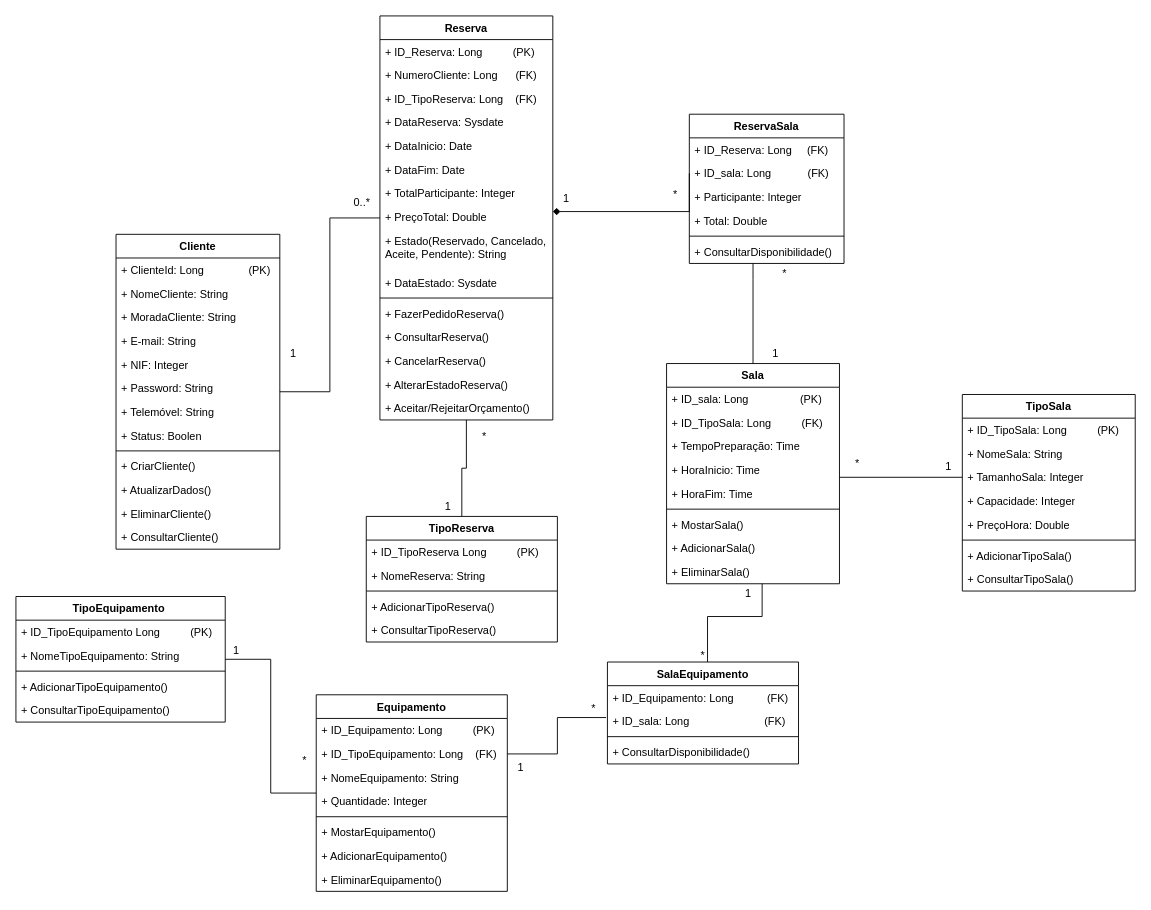
Before: Diagrama de Classes.drawio in ic3K1ng/Rooms-Equipments, a draw.io diagram. Source tidied: cells renumbered, new cells numbered last; positions are measured from the earlier drawing's top-left corner, leaving out a move shared by most shapes. Both pictures are drawn from the tidied source at 91%, with x=0, y=0 at pixel (15, 15).
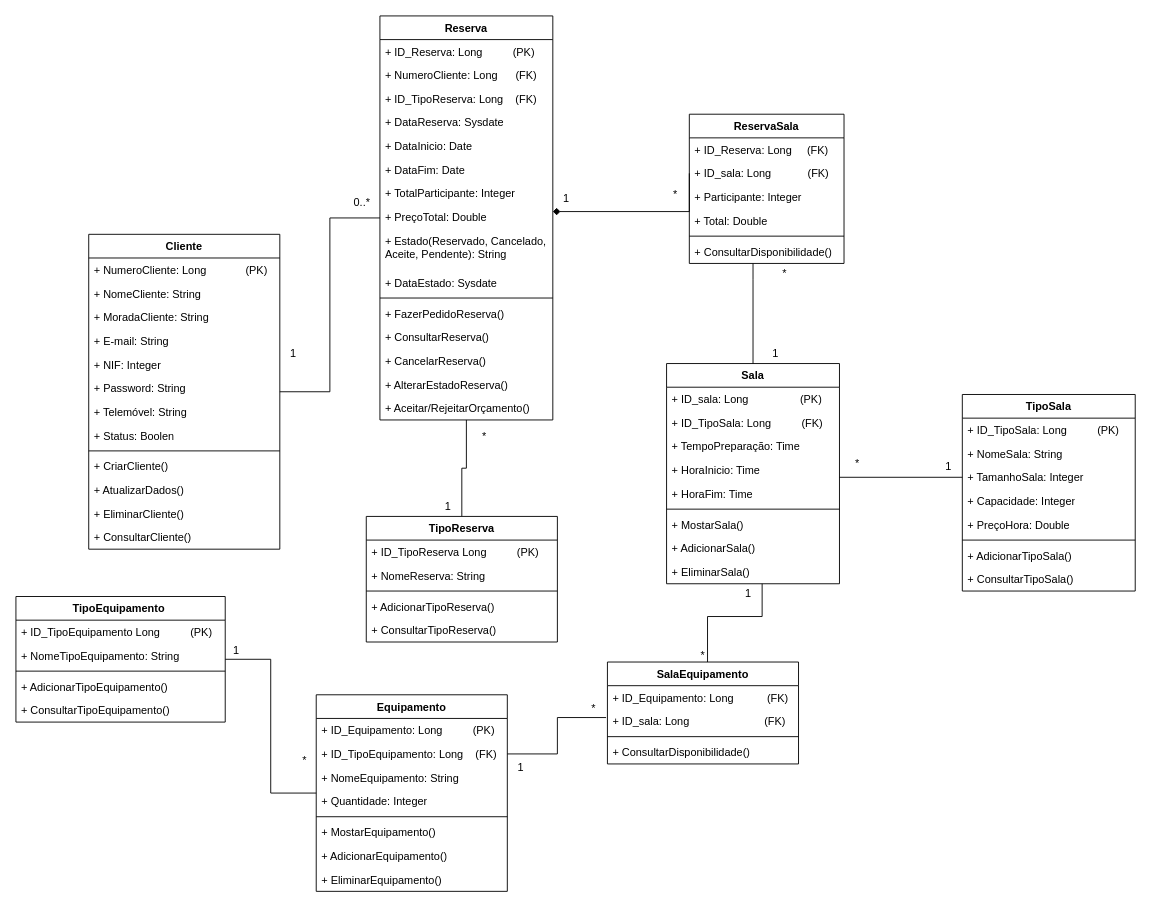
The same diagram, later.

Commit message:
Add client number

The edit, as a diff of the source:
```diff
@@
     <mxCell id="3" value="Cliente" style="swimlane;fontStyle=1;align=center;verticalAlign=top;horizontal=1;startSize=26;whiteSpace=wrap;html=1;" parent="1" vertex="1">
-      <mxGeometry x="110" y="240" width="180" height="346" as="geometry" />
+      <mxGeometry x="80" y="240" width="210" height="346" as="geometry" />
     </mxCell>
-    <mxCell id="4" value="+ ClienteId: Long&lt;span style=&quot;white-space: pre;&quot;&gt;&#9;&lt;/span&gt;&amp;nbsp; &amp;nbsp; &amp;nbsp; &amp;nbsp;&amp;nbsp; &amp;nbsp;(PK)" style="text;strokeColor=none;fillColor=none;align=left;verticalAlign=top;spacingLeft=4;spacingRight=4;overflow=hidden;whiteSpace=wrap;html=1;" parent="3" vertex="1">
-      <mxGeometry y="26" width="180" height="26" as="geometry" />
+    <mxCell id="4" value="+ NumeroCliente: Long&lt;span style=&quot;white-space: pre;&quot;&gt;&#9;&lt;/span&gt;&amp;nbsp; &amp;nbsp; &amp;nbsp; &amp;nbsp;&amp;nbsp; &amp;nbsp;(PK)" style="text;strokeColor=none;fillColor=none;align=left;verticalAlign=top;spacingLeft=4;spacingRight=4;overflow=hidden;whiteSpace=wrap;html=1;" parent="3" vertex="1">
+      <mxGeometry y="26" width="210" height="26" as="geometry" />
     </mxCell>
     <mxCell id="5" value="+ NomeCliente: String" style="text;strokeColor=none;fillColor=none;align=left;verticalAlign=top;spacingLeft=4;spacingRight=4;overflow=hidden;whiteSpace=wrap;html=1;" parent="3" vertex="1">
-      <mxGeometry y="52" width="180" height="26" as="geometry" />
+      <mxGeometry y="52" width="210" height="26" as="geometry" />
     </mxCell>
     <mxCell id="6" value="+ MoradaCliente: String" style="text;strokeColor=none;fillColor=none;align=left;verticalAlign=top;spacingLeft=4;spacingRight=4;overflow=hidden;whiteSpace=wrap;html=1;" parent="3" vertex="1">
-      <mxGeometry y="78" width="180" height="26" as="geometry" />
+      <mxGeometry y="78" width="210" height="26" as="geometry" />
     </mxCell>
     <mxCell id="7" value="+ E-mail: String&lt;div&gt;&lt;br&gt;&lt;/div&gt;&lt;div&gt;&lt;br&gt;&lt;/div&gt;" style="text;strokeColor=none;fillColor=none;align=left;verticalAlign=top;spacingLeft=4;spacingRight=4;overflow=hidden;whiteSpace=wrap;html=1;" parent="3" vertex="1">
-      <mxGeometry y="104" width="180" height="26" as="geometry" />
+      <mxGeometry y="104" width="210" height="26" as="geometry" />
     </mxCell>
     <mxCell id="8" value="+ NIF: Integer" style="text;strokeColor=none;fillColor=none;align=left;verticalAlign=top;spacingLeft=4;spacingRight=4;overflow=hidden;whiteSpace=wrap;html=1;" parent="3" vertex="1">
-      <mxGeometry y="130" width="180" height="26" as="geometry" />
+      <mxGeometry y="130" width="210" height="26" as="geometry" />
     </mxCell>
     <mxCell id="9" value="+ Password: String" style="text;strokeColor=none;fillColor=none;align=left;verticalAlign=top;spacingLeft=4;spacingRight=4;overflow=hidden;whiteSpace=wrap;html=1;" parent="3" vertex="1">
-      <mxGeometry y="156" width="180" height="26" as="geometry" />
+      <mxGeometry y="156" width="210" height="26" as="geometry" />
     </mxCell>
     <mxCell id="10" value="+ Telemóvel: String" style="text;strokeColor=none;fillColor=none;align=left;verticalAlign=top;spacingLeft=4;spacingRight=4;overflow=hidden;whiteSpace=wrap;html=1;" parent="3" vertex="1">
-      <mxGeometry y="182" width="180" height="26" as="geometry" />
+      <mxGeometry y="182" width="210" height="26" as="geometry" />
     </mxCell>
     <mxCell id="11" value="+ Status: Boolen" style="text;strokeColor=none;fillColor=none;align=left;verticalAlign=top;spacingLeft=4;spacingRight=4;overflow=hidden;whiteSpace=wrap;html=1;" parent="3" vertex="1">
-      <mxGeometry y="208" width="180" height="26" as="geometry" />
+      <mxGeometry y="208" width="210" height="26" as="geometry" />
     </mxCell>
     <mxCell id="12" style="line;strokeWidth=1;fillColor=none;align=left;verticalAlign=middle;spacingTop=-1;spacingLeft=3;spacingRight=3;labelPosition=right;strokeColor=inherit;" parent="3" vertex="1">
-      <mxGeometry y="234" width="180" height="8" as="geometry" />
+      <mxGeometry y="234" width="210" height="8" as="geometry" />
     </mxCell>
     <mxCell id="13" value="+ CriarCliente()" style="text;strokeColor=none;fillColor=none;align=left;verticalAlign=top;spacingLeft=4;spacingRight=4;overflow=hidden;whiteSpace=wrap;html=1;" parent="3" vertex="1">
-      <mxGeometry y="242" width="180" height="26" as="geometry" />
+      <mxGeometry y="242" width="210" height="26" as="geometry" />
     </mxCell>
     <mxCell id="14" value="+ AtualizarDados()" style="text;strokeColor=none;fillColor=none;align=left;verticalAlign=top;spacingLeft=4;spacingRight=4;overflow=hidden;whiteSpace=wrap;html=1;" parent="3" vertex="1">
-      <mxGeometry y="268" width="180" height="26" as="geometry" />
+      <mxGeometry y="268" width="210" height="26" as="geometry" />
     </mxCell>
     <mxCell id="15" value="+ EliminarCliente()" style="text;strokeColor=none;fillColor=none;align=left;verticalAlign=top;spacingLeft=4;spacingRight=4;overflow=hidden;whiteSpace=wrap;html=1;" parent="3" vertex="1">
-      <mxGeometry y="294" width="180" height="26" as="geometry" />
+      <mxGeometry y="294" width="210" height="26" as="geometry" />
     </mxCell>
     <mxCell id="16" value="+ ConsultarCliente()" style="text;strokeColor=none;fillColor=none;align=left;verticalAlign=top;spacingLeft=4;spacingRight=4;overflow=hidden;whiteSpace=wrap;html=1;" parent="3" vertex="1">
-      <mxGeometry y="320" width="180" height="26" as="geometry" />
+      <mxGeometry y="320" width="210" height="26" as="geometry" />
     </mxCell>
```
